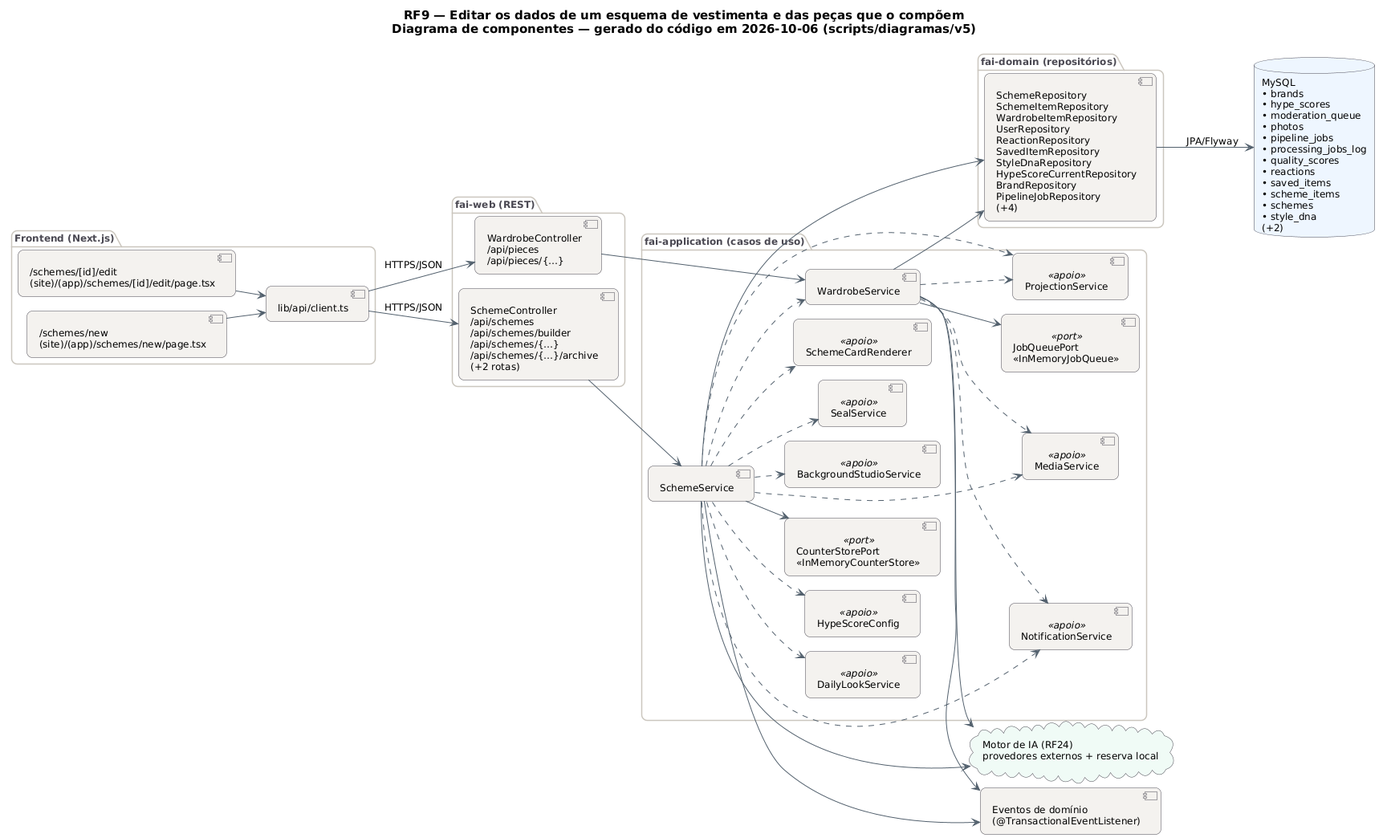
MatheusHaliski/tcc-2026-fashion-ai-backend keeps this PlantUML diagram as docs/diagramas/RF9/RF9_Componentes.png. Above is the earlier version. Its diagram source:
```plantuml
@startuml RF9_Componentes
!pragma layout smetana
skinparam backgroundColor #FFFFFF
skinparam shadowing false
skinparam defaultFontName "DejaVu Sans"
skinparam defaultFontSize 12
skinparam titleFontSize 15
skinparam roundcorner 14
skinparam ArrowColor #52606D
skinparam note {
  BackgroundColor #FFFDEB
  BorderColor #D8CE78
  FontColor #554F24
}
skinparam component {
  BackgroundColor #F4F2EF
  BorderColor #4A4852
}
skinparam package {
  BorderColor #CBC6BE
  FontColor #4A4852
}
skinparam database {
  BackgroundColor #EEF6FF
  BorderColor #4A4852
}
skinparam cloud {
  BackgroundColor #F0FBF6
  BorderColor #4A4852
}
left to right direction
title RF9 — Editar os dados de um esquema de vestimenta e das peças que o compõem\nDiagrama de componentes — gerado do código em 2026-10-06 (scripts/diagramas/v5)

package "Frontend (Next.js)" {
  component "/schemes/[id]/edit\n(site)/(app)/schemes/[id]/edit/page.tsx" as FE0
  component "/schemes/new\n(site)/(app)/schemes/new/page.tsx" as FE1
  component "lib/api/client.ts" as APIC
}
package "fai-web (REST)" {
  component "SchemeController\n/api/schemes\n/api/schemes/builder\n/api/schemes/{…}\n/api/schemes/{…}/archive\n(+2 rotas)" as SchemeController
  component "WardrobeController\n/api/pieces\n/api/pieces/{…}" as WardrobeController
}
package "fai-application (casos de uso)" {
  component "SchemeService" as SchemeService
  component "WardrobeService" as WardrobeService
  component "BackgroundStudioService" as BackgroundStudioService <<apoio>>
  component "SealService" as SealService <<apoio>>
  component "SchemeCardRenderer" as SchemeCardRenderer <<apoio>>
  component "ProjectionService" as ProjectionService <<apoio>>
  component "NotificationService" as NotificationService <<apoio>>
  component "MediaService" as MediaService <<apoio>>
  component "DailyLookService" as DailyLookService <<apoio>>
  component "HypeScoreConfig" as HypeScoreConfig <<apoio>>
  component "CounterStorePort\n«InMemoryCounterStore»" as CounterStorePort <<port>>
  component "JobQueuePort\n«InMemoryJobQueue»" as JobQueuePort <<port>>
}
package "fai-domain (repositórios)" {
  component "SchemeRepository\nSchemeItemRepository\nWardrobeItemRepository\nUserRepository\nReactionRepository\nSavedItemRepository\nStyleDnaRepository\nHypeScoreCurrentRepository\nBrandRepository\nPipelineJobRepository\n(+4)" as REPO_MySQL
}
database "MySQL\n• brands\n• hype_scores\n• moderation_queue\n• photos\n• pipeline_jobs\n• processing_jobs_log\n• quality_scores\n• reactions\n• saved_items\n• scheme_items\n• schemes\n• style_dna\n(+2)" as DB_MySQL
cloud "Motor de IA (RF24)\nprovedores externos + reserva local" as AI
component "Eventos de domínio\n(@TransactionalEventListener)" as EV
APIC --> SchemeController : HTTPS/JSON
APIC --> WardrobeController : HTTPS/JSON
FE0 --> APIC
FE1 --> APIC
REPO_MySQL --> DB_MySQL : JPA/Flyway
SchemeController --> SchemeService
SchemeService --> AI
SchemeService --> CounterStorePort
SchemeService --> EV
SchemeService --> REPO_MySQL
SchemeService ..> BackgroundStudioService
SchemeService ..> DailyLookService
SchemeService ..> HypeScoreConfig
SchemeService ..> MediaService
SchemeService ..> NotificationService
SchemeService ..> ProjectionService
SchemeService ..> SchemeCardRenderer
SchemeService ..> SealService
SchemeService ..> WardrobeService
WardrobeController --> WardrobeService
WardrobeService --> AI
WardrobeService --> EV
WardrobeService --> JobQueuePort
WardrobeService --> REPO_MySQL
WardrobeService ..> MediaService
WardrobeService ..> NotificationService
WardrobeService ..> ProjectionService
@enduml
```
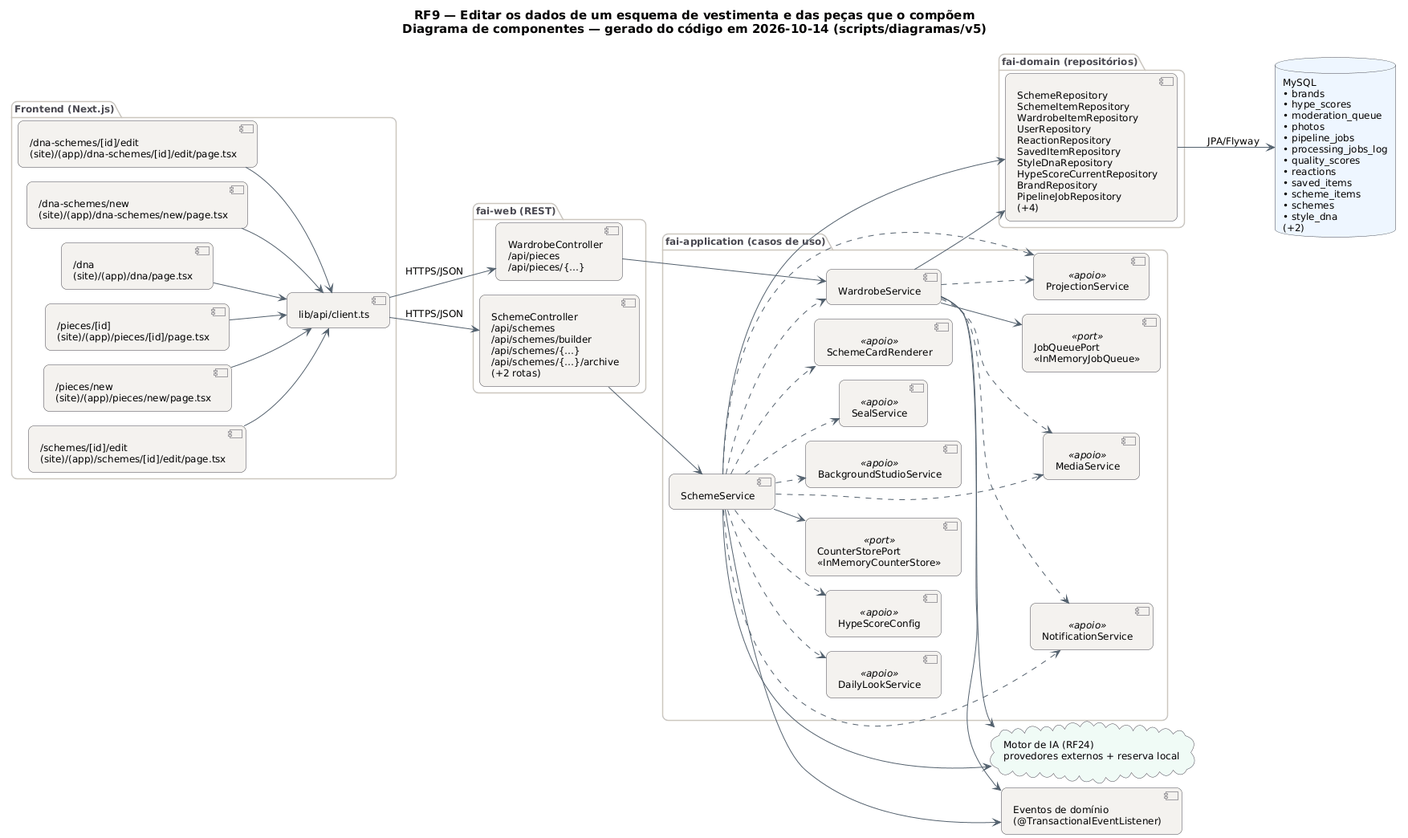
Above is the later version.

Diff of the diagram source:
```diff
@@ -29,11 +29,15 @@
   BorderColor #4A4852
 }
 left to right direction
-title RF9 — Editar os dados de um esquema de vestimenta e das peças que o compõem\nDiagrama de componentes — gerado do código em 2026-10-06 (scripts/diagramas/v5)
+title RF9 — Editar os dados de um esquema de vestimenta e das peças que o compõem\nDiagrama de componentes — gerado do código em 2026-10-14 (scripts/diagramas/v5)
 
 package "Frontend (Next.js)" {
-  component "/schemes/[id]/edit\n(site)/(app)/schemes/[id]/edit/page.tsx" as FE0
-  component "/schemes/new\n(site)/(app)/schemes/new/page.tsx" as FE1
+  component "/dna-schemes/[id]/edit\n(site)/(app)/dna-schemes/[id]/edit/page.tsx" as FE0
+  component "/dna-schemes/new\n(site)/(app)/dna-schemes/new/page.tsx" as FE1
+  component "/dna\n(site)/(app)/dna/page.tsx" as FE2
+  component "/pieces/[id]\n(site)/(app)/pieces/[id]/page.tsx" as FE3
+  component "/pieces/new\n(site)/(app)/pieces/new/page.tsx" as FE4
+  component "/schemes/[id]/edit\n(site)/(app)/schemes/[id]/edit/page.tsx" as FE5
   component "lib/api/client.ts" as APIC
 }
 package "fai-web (REST)" {
@@ -64,6 +68,10 @@
 APIC --> WardrobeController : HTTPS/JSON
 FE0 --> APIC
 FE1 --> APIC
+FE2 --> APIC
+FE3 --> APIC
+FE4 --> APIC
+FE5 --> APIC
 REPO_MySQL --> DB_MySQL : JPA/Flyway
 SchemeController --> SchemeService
 SchemeService --> AI
```
